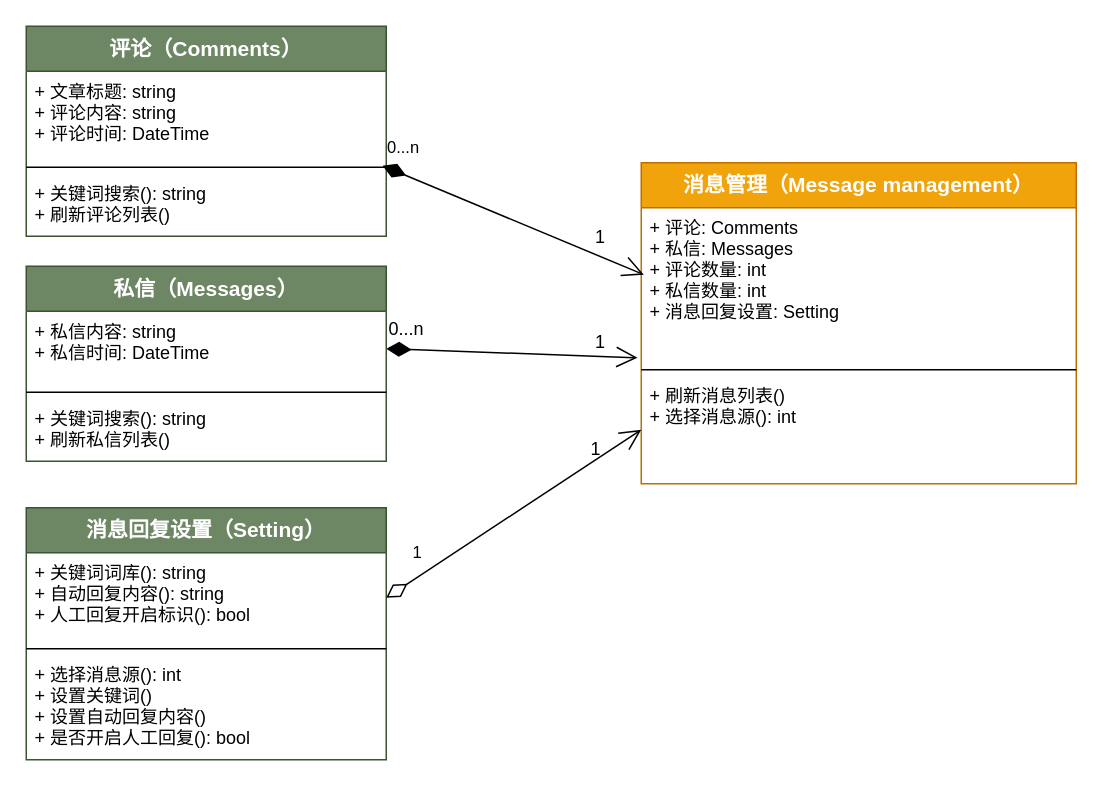
This is 1-SoftwareRequirements/Messages/msg_class.drawio from zan-press/diagram, a draw.io file, before an edit. Source tidied: cells renumbered, new cells numbered last; positions are measured from the earlier drawing's top-left corner, leaving out a move shared by most shapes. Both pictures are drawn from the tidied source at 150%, with x=0, y=0 at pixel (26, 26).
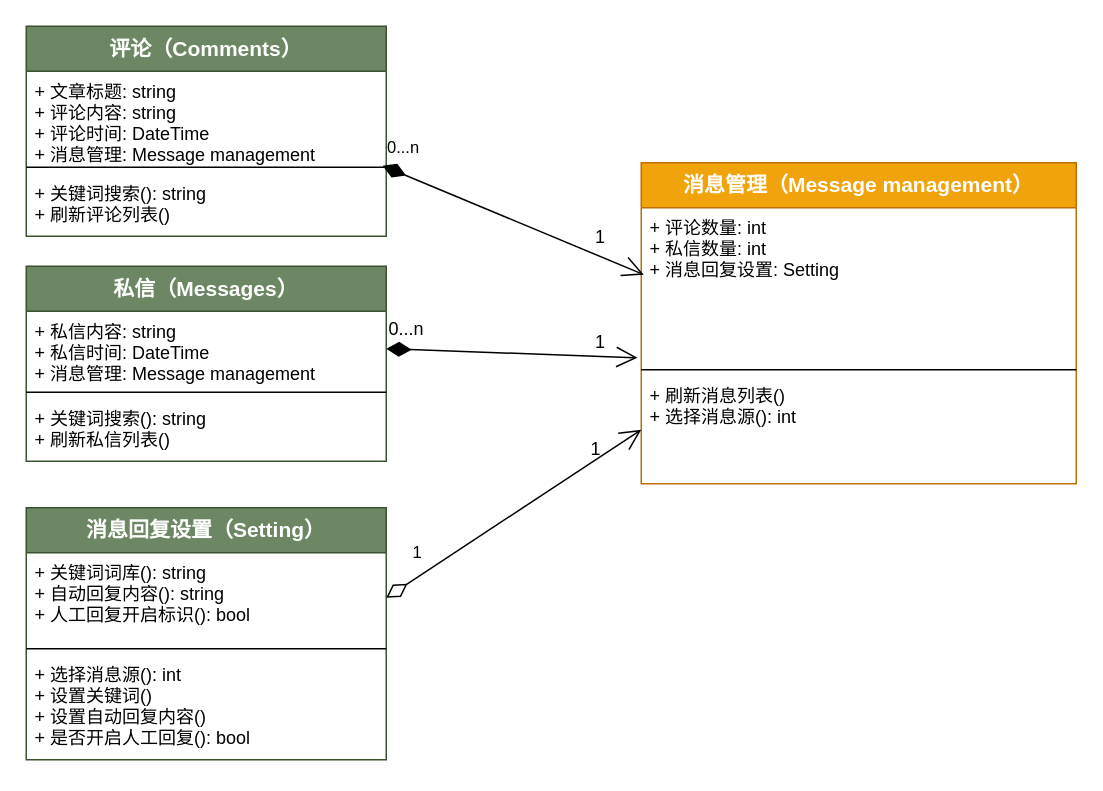
The same page after the edit.

Commit message (it also covers changes not shown here):
Modify msg_class

The change refers to these unchanged cells:
```xml
<mxCell id="3" value="私信（Messages）" style="swimlane;fontStyle=1;align=center;verticalAlign=top;horizontal=1;startSize=30;fontSize=14;fillColor=#6d8764;strokeColor=#3A5431;fontColor=#ffffff;fontFamily=SF Mono;" parent="1" vertex="1">
  <mxGeometry y="160" width="240" height="130" as="geometry" />
</mxCell>
<mxCell id="7" value="消息管理（Message management）" style="swimlane;fontStyle=1;align=center;verticalAlign=top;horizontal=1;startSize=30;fontSize=14;fillColor=#f0a30a;strokeColor=#BD7000;fontColor=#ffffff;fontFamily=SF Mono;" parent="1" vertex="1">
  <mxGeometry x="410" y="91" width="290" height="214" as="geometry" />
</mxCell>
<mxCell id="17" value="评论（Comments）" style="swimlane;fontStyle=1;align=center;verticalAlign=top;horizontal=1;startSize=30;fontSize=14;fillColor=#6d8764;strokeColor=#3A5431;fontColor=#ffffff;fontFamily=SF Mono;" parent="1" vertex="1">
  <mxGeometry width="240" height="140" as="geometry" />
</mxCell>
```

What changed in the source:
```diff
@@
-    <mxCell id="4" value="+ 私信内容: string&#10;+ 私信时间: DateTime" style="text;strokeColor=none;fillColor=none;align=left;verticalAlign=top;spacingLeft=4;spacingRight=4;overflow=hidden;points=[[0,0.5],[1,0.5]];portConstraint=eastwest;fontFamily=SF Mono;" parent="3" vertex="1">
+    <mxCell id="4" value="+ 私信内容: string&#10;+ 私信时间: DateTime&#10;+ 消息管理: Message management" style="text;strokeColor=none;fillColor=none;align=left;verticalAlign=top;spacingLeft=4;spacingRight=4;overflow=hidden;points=[[0,0.5],[1,0.5]];portConstraint=eastwest;fontFamily=SF Mono;" parent="3" vertex="1">
       <mxGeometry y="30" width="240" height="50" as="geometry" />
     </mxCell>
@@
-    <mxCell id="8" value="+ 评论: Comments&#10;+ 私信: Messages&#10;+ 评论数量: int&#10;+ 私信数量: int&#10;+ 消息回复设置: Setting" style="text;strokeColor=none;fillColor=none;align=left;verticalAlign=top;spacingLeft=4;spacingRight=4;overflow=hidden;points=[[0,0.5],[1,0.5]];portConstraint=eastwest;fontFamily=SF Mono;" parent="7" vertex="1">
+    <mxCell id="8" value="+ 评论数量: int&#10;+ 私信数量: int&#10;+ 消息回复设置: Setting" style="text;strokeColor=none;fillColor=none;align=left;verticalAlign=top;spacingLeft=4;spacingRight=4;overflow=hidden;points=[[0,0.5],[1,0.5]];portConstraint=eastwest;fontFamily=SF Mono;" parent="7" vertex="1">
       <mxGeometry y="30" width="290" height="104" as="geometry" />
     </mxCell>
@@
-    <mxCell id="18" value="+ 文章标题: string&#10;+ 评论内容: string&#10;+ 评论时间: DateTime" style="text;strokeColor=none;fillColor=none;align=left;verticalAlign=top;spacingLeft=4;spacingRight=4;overflow=hidden;points=[[0,0.5],[1,0.5]];portConstraint=eastwest;fontFamily=SF Mono;" parent="17" vertex="1">
+    <mxCell id="18" value="+ 文章标题: string&#10;+ 评论内容: string&#10;+ 评论时间: DateTime&#10;+ 消息管理: Message management" style="text;strokeColor=none;fillColor=none;align=left;verticalAlign=top;spacingLeft=4;spacingRight=4;overflow=hidden;points=[[0,0.5],[1,0.5]];portConstraint=eastwest;fontFamily=SF Mono;" parent="17" vertex="1">
       <mxGeometry y="30" width="240" height="60" as="geometry" />
     </mxCell>
```
